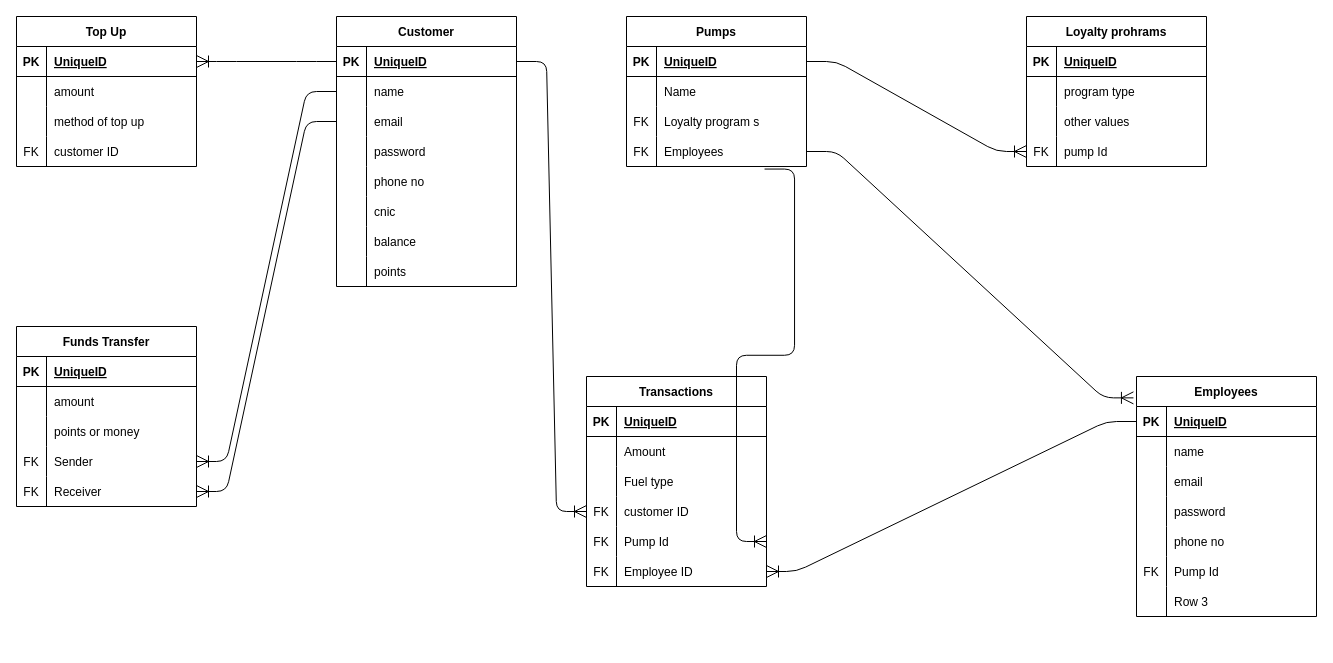
This is db.drawio from kaleem-Durrani/customer-app, a draw.io file, before an edit. Source tidied: cells renumbered, new cells numbered last; positions are measured from the earlier drawing's top-left corner, leaving out a move shared by most shapes. Both pictures are drawn from the tidied source at 100%, with x=0, y=0 at pixel (16, 16).
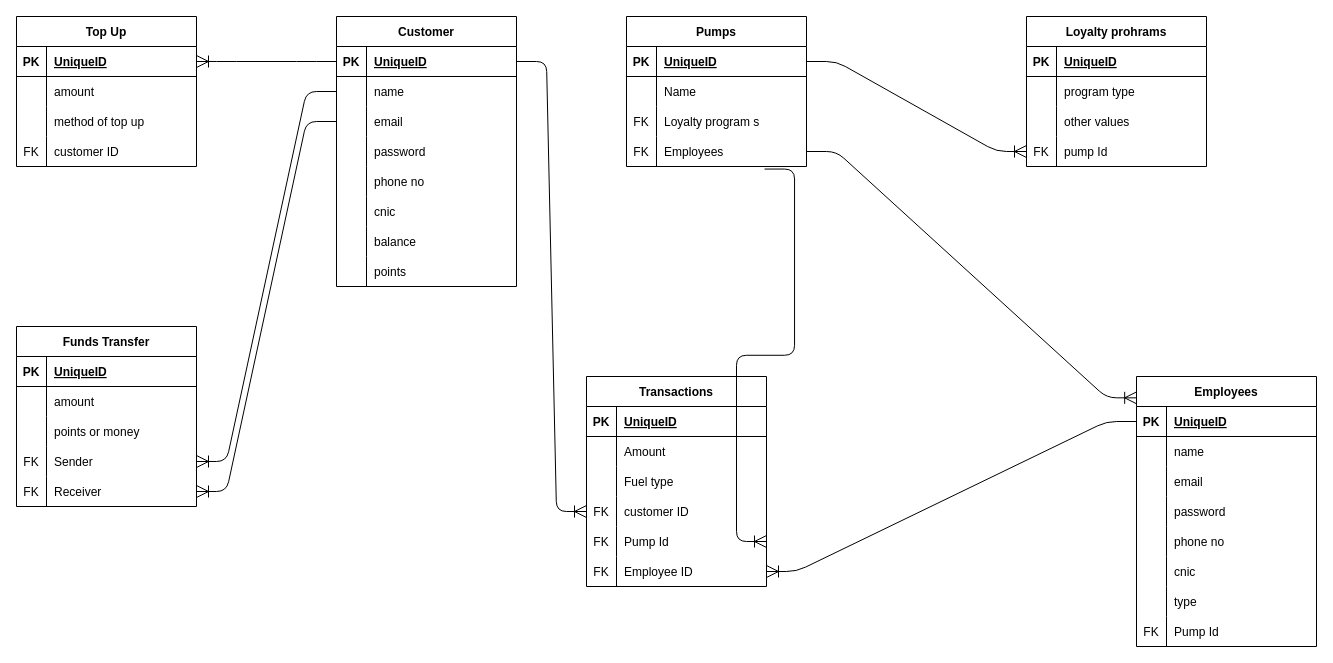
The same page after the edit.

Diff of the diagram source:
```diff
@@
     <mxCell id="40" value="Employees" style="shape=table;startSize=30;childLayout=tableLayout;rowLines=0;fontStyle=1;align=center;" parent="1" vertex="1">
-      <mxGeometry x="1120" y="360" width="180" height="240" as="geometry" />
+      <mxGeometry x="1120" y="360" width="180" height="270" as="geometry" />
     </mxCell>
@@
+    <mxCell id="131" style="shape=tableRow;horizontal=0;startSize=0;swimlaneHead=0;swimlaneBody=0;fillColor=none;top=0;left=0;right=0;bottom=0;" parent="40" vertex="1">
+      <mxGeometry y="180" width="180" height="30" as="geometry" />
+    </mxCell>
+    <mxCell id="132" style="shape=partialRectangle;fillColor=none;top=0;left=0;bottom=0;right=0;overflow=hidden;" parent="131" vertex="1">
+      <mxGeometry width="30" height="30" as="geometry" />
+    </mxCell>
+    <mxCell id="133" value="cnic " style="shape=partialRectangle;fillColor=none;top=0;left=0;bottom=0;right=0;align=left;spacingLeft=6;overflow=hidden;" parent="131" vertex="1">
+      <mxGeometry x="30" width="150" height="30" as="geometry" />
+    </mxCell>
+    <mxCell id="59" style="shape=tableRow;horizontal=0;startSize=0;swimlaneHead=0;swimlaneBody=0;fillColor=none;top=0;left=0;right=0;bottom=0;" parent="40" vertex="1">
+      <mxGeometry y="210" width="180" height="30" as="geometry" />
+    </mxCell>
+    <mxCell id="134" style="shape=partialRectangle;fillColor=none;top=0;left=0;bottom=0;right=0;overflow=hidden;" parent="59" vertex="1">
+      <mxGeometry width="30" height="30" as="geometry" />
+    </mxCell>
+    <mxCell id="135" value="type" style="shape=partialRectangle;fillColor=none;top=0;left=0;bottom=0;right=0;align=left;spacingLeft=6;overflow=hidden;" parent="59" vertex="1">
+      <mxGeometry x="30" width="150" height="30" as="geometry" />
+    </mxCell>
     <mxCell id="56" style="shape=tableRow;horizontal=0;startSize=0;swimlaneHead=0;swimlaneBody=0;fillColor=none;top=0;left=0;right=0;bottom=0;" parent="40" vertex="1">
-      <mxGeometry y="180" width="180" height="30" as="geometry" />
+      <mxGeometry y="240" width="180" height="30" as="geometry" />
     </mxCell>
@@
-    <mxCell id="59" style="shape=tableRow;horizontal=0;startSize=0;swimlaneHead=0;swimlaneBody=0;fillColor=none;top=0;left=0;right=0;bottom=0;" parent="40" vertex="1">
-      <mxGeometry y="210" width="180" height="30" as="geometry" />
-    </mxCell>
-    <mxCell id="60" style="shape=partialRectangle;fillColor=none;top=0;left=0;bottom=0;right=0;overflow=hidden;" parent="59" vertex="1">
-      <mxGeometry width="30" height="30" as="geometry" />
-    </mxCell>
-    <mxCell id="61" value="Row 3" style="shape=partialRectangle;fillColor=none;top=0;left=0;bottom=0;right=0;align=left;spacingLeft=6;overflow=hidden;" parent="59" vertex="1">
-      <mxGeometry x="30" width="150" height="30" as="geometry" />
-    </mxCell>
@@
-    <mxCell id="130" style="edgeStyle=entityRelationEdgeStyle;fontSize=12;html=1;endArrow=ERoneToMany;exitX=1;exitY=0.5;exitDx=0;exitDy=0;endSize=10;startSize=10;entryX=-0.017;entryY=0.089;entryDx=0;entryDy=0;entryPerimeter=0;" parent="1" edge="1" target="40">
+    <mxCell id="130" style="edgeStyle=entityRelationEdgeStyle;fontSize=12;html=1;endArrow=ERoneToMany;exitX=1;exitY=0.5;exitDx=0;exitDy=0;endSize=10;startSize=10;entryX=0.001;entryY=0.079;entryDx=0;entryDy=0;entryPerimeter=0;" parent="1" edge="1" target="40">
       <mxGeometry relative="1" as="geometry">
         <mxPoint x="790" y="135" as="sourcePoint" />
       </mxGeometry>
     </mxCell>
```
